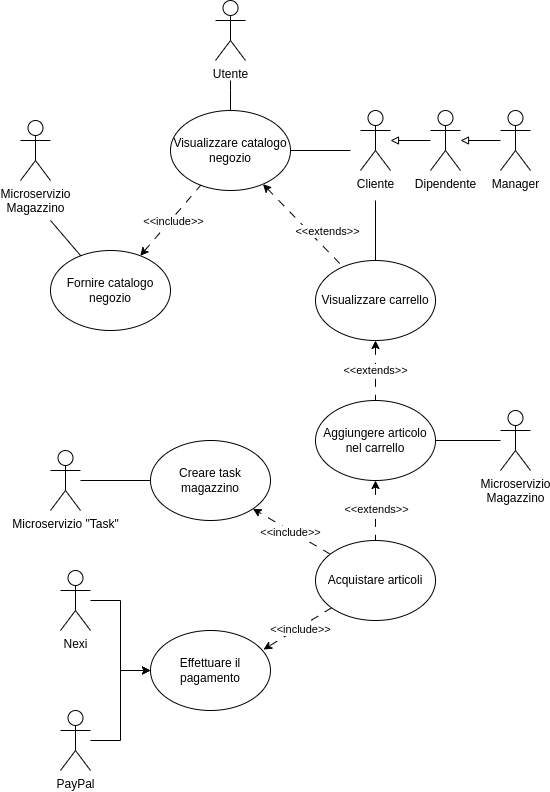
This is second-deliverable/images/UCD/RF3+5_negozio_UCD.png from IS-FixMi/Documentation-Source, a draw.io export, as it was before one commit. Source tidied: cells renumbered, new cells last; positions are measured from the earlier drawing's top-left corner, leaving out a move shared by most shapes.
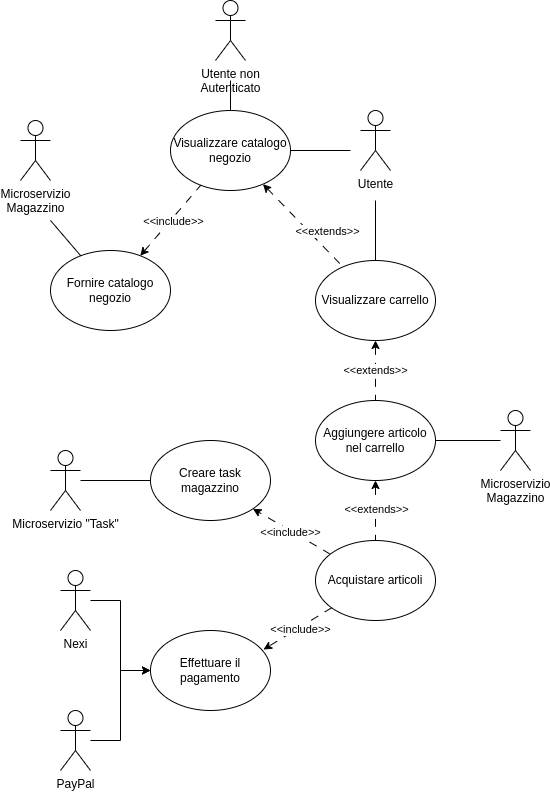
Later version of the same file.

The edit, as a diff of the source:
```diff
@@ -21,21 +21,9 @@
         <mxPoint x="330" y="150" as="sourcePoint" />
       </mxGeometry>
     </mxCell>
-    <mxCell id="7" value="Cliente" style="shape=umlActor;verticalLabelPosition=bottom;verticalAlign=top;html=1;outlineConnect=0;" parent="1" vertex="1">
+    <mxCell id="7" value="Utente" style="shape=umlActor;verticalLabelPosition=bottom;verticalAlign=top;html=1;outlineConnect=0;" parent="1" vertex="1">
       <mxGeometry x="340" y="110" width="30" height="60" as="geometry" />
     </mxCell>
-    <mxCell id="8" style="edgeStyle=orthogonalEdgeStyle;rounded=0;jettySize=auto;html=1;endArrow=block;endFill=0;" parent="1" edge="1" source="9" target="7">
-      <mxGeometry relative="1" as="geometry" />
-    </mxCell>
-    <mxCell id="9" value="Dipendente" style="shape=umlActor;verticalLabelPosition=bottom;verticalAlign=top;html=1;outlineConnect=0;" parent="1" vertex="1">
-      <mxGeometry x="410" y="110" width="30" height="60" as="geometry" />
-    </mxCell>
-    <mxCell id="10" style="edgeStyle=orthogonalEdgeStyle;rounded=0;jettySize=auto;html=1;endArrow=block;endFill=0;" parent="1" edge="1" source="11" target="9">
-      <mxGeometry relative="1" as="geometry" />
-    </mxCell>
-    <mxCell id="11" value="Manager" style="shape=umlActor;verticalLabelPosition=bottom;verticalAlign=top;html=1;outlineConnect=0;" parent="1" vertex="1">
-      <mxGeometry x="480" y="110" width="30" height="60" as="geometry" />
-    </mxCell>
     <mxCell id="12" style="rounded=0;jettySize=auto;html=1;startArrow=classic;startFill=1;endArrow=none;endFill=0;dashed=1;dashPattern=8 8;" parent="1" edge="1" source="16" target="21">
       <mxGeometry relative="1" as="geometry" />
     </mxCell>
@@ -107,7 +95,7 @@
     <mxCell id="32" value="Microservizio&lt;br&gt;Magazzino" style="shape=umlActor;verticalLabelPosition=bottom;verticalAlign=top;html=1;" parent="1" vertex="1">
       <mxGeometry y="120" width="30" height="60" as="geometry" />
     </mxCell>
-    <mxCell id="33" value="Utente" style="shape=umlActor;verticalLabelPosition=bottom;verticalAlign=top;html=1;" parent="1" vertex="1">
+    <mxCell id="33" value="Utente non&lt;br&gt;Autenticato" style="shape=umlActor;verticalLabelPosition=bottom;verticalAlign=top;html=1;" parent="1" vertex="1">
       <mxGeometry x="195" width="30" height="60" as="geometry" />
     </mxCell>
     <mxCell id="34" style="rounded=0;jettySize=auto;html=1;endArrow=none;endFill=0;" parent="1" edge="1" source="35" target="22">
```
